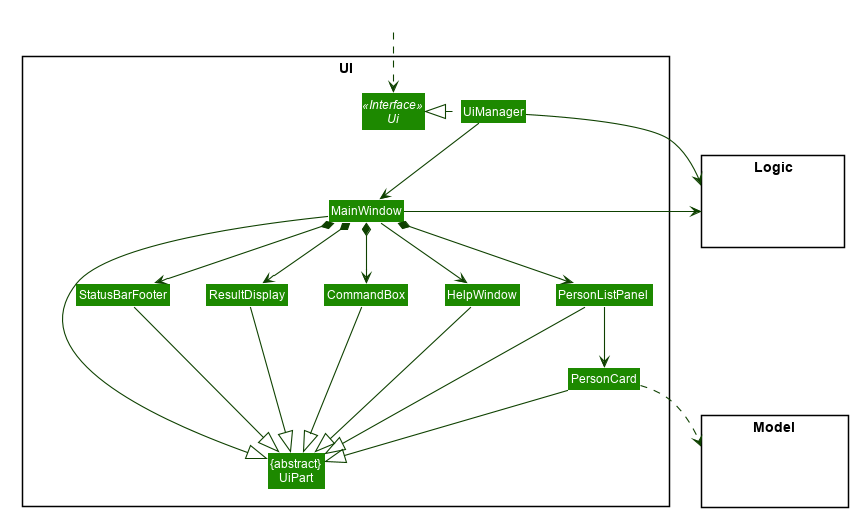
Above: docs/images/UiClassDiagram.png in nus-cs2103-AY2021S2/tp (PlantUML), before the change.
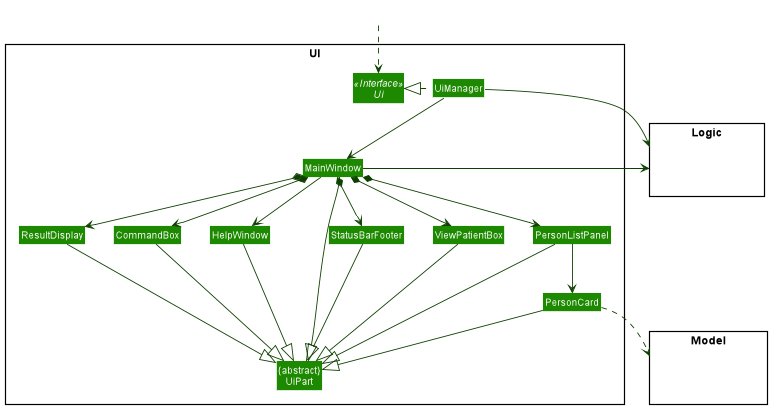
Later version of the same file.

Commit message:
Update UiClassDiagram with ViewPatientBox

The edit, as a diff of the source:
```diff
@@ -1,55 +1,8 @@
 @startuml
-
-
-
-
-
-
-
-
-skinparam BackgroundColor #FFFFFFF
-
-skinparam Shadowing false
-
-skinparam Class {
-    FontColor #FFFFFF
-    BorderThickness 1
-    BorderColor #FFFFFF
-    StereotypeFontColor #FFFFFF
-    FontName Arial
-}
-
-skinparam Actor {
-    BorderColor #000000
-    Color #000000
-    FontName Arial
-}
-
-skinparam Sequence {
-    MessageAlign center
-    BoxFontSize 15
-    BoxPadding 0
-    BoxFontColor #FFFFFF
-    FontName Arial
-}
-
-skinparam Participant {
-    FontColor #FFFFFFF
-    Padding 20
-}
-
-skinparam MinClassWidth 50
-skinparam ParticipantPadding 10
-skinparam Shadowing false
-skinparam DefaultTextAlignment center
-skinparam packageStyle Rectangle
-
-hide footbox
-hide members
-hide circle
+!include style.puml
 skinparam arrowThickness 1.1
-skinparam arrowColor #0E4100
-skinparam classBackgroundColor #1D8900
+skinparam arrowColor UI_COLOR_T4
+skinparam classBackgroundColor UI_COLOR
 
 package UI <<Rectangle>>{
 Interface Ui <<Interface>>
@@ -62,6 +15,7 @@
 Class PersonCard
 Class StatusBarFooter
 Class CommandBox
+CLass ViewPatientBox
 }
 
 package Model <<Rectangle>> {
@@ -82,6 +36,7 @@
 MainWindow *-down-> ResultDisplay
 MainWindow *-down-> PersonListPanel
 MainWindow *-down-> StatusBarFooter
+MainWindow *-down-> ViewPatientBox
 
 PersonListPanel -down-> PersonCard
 
@@ -93,11 +48,13 @@
 PersonCard --|> UiPart
 StatusBarFooter --|> UiPart
 HelpWindow -down-|> UiPart
+ViewPatientBox --|> UiPart
 
 PersonCard ..> Model
 UiManager -right-> Logic
 MainWindow -left-> Logic
 
+ViewPatientBox -[hidden]left- PersonListPanel
 PersonListPanel -[hidden]left- HelpWindow
 HelpWindow -[hidden]left- CommandBox
 CommandBox -[hidden]left- ResultDisplay
```
